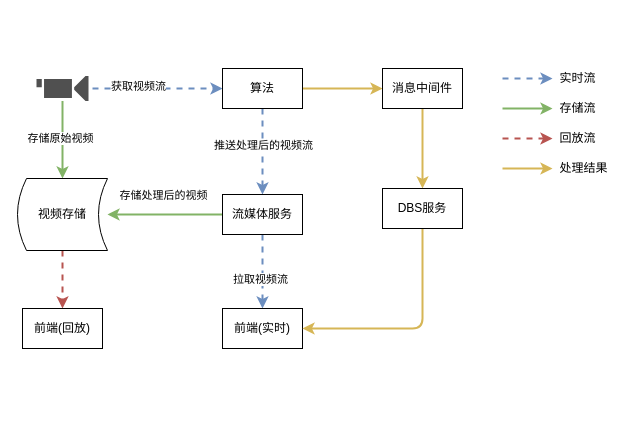
This is page "数据处理流程" (1 of 3) of dbs.drawio from gggyx/wyx, a draw.io file, before an edit. Source tidied: cells renumbered, new cells numbered last; positions are measured from the earlier drawing's top-left corner, leaving out a move shared by most shapes. Both pictures are drawn from the tidied source at 100%, with x=0, y=0 at pixel (17, 68).
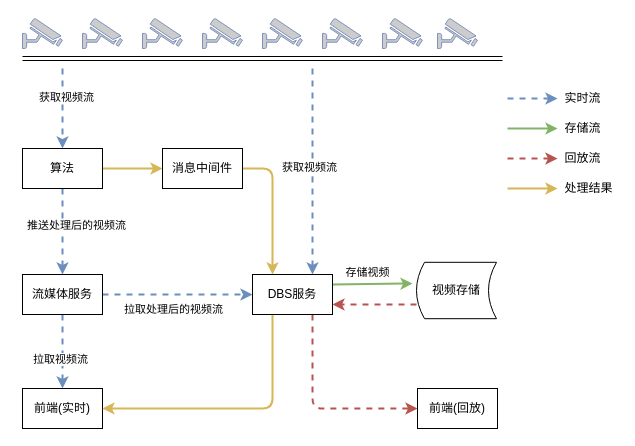
The same diagram, later.

The change refers to these unchanged cells:
```xml
<mxCell id="7" style="edgeStyle=orthogonalEdgeStyle;rounded=1;jettySize=auto;html=1;strokeWidth=2;dashed=1;fillColor=#dae8fc;strokeColor=#6c8ebf;" parent="1" edge="1" source="10" target="15">
  <mxGeometry relative="1" as="geometry" />
</mxCell>
```

Diff of the diagram source:
```diff
@@
-    <mxCell id="2" style="edgeStyle=orthogonalEdgeStyle;rounded=1;jettySize=auto;html=1;entryX=0;entryY=0.5;entryDx=0;entryDy=0;exitX=1.077;exitY=0.5;exitDx=0;exitDy=0;exitPerimeter=0;dashed=1;fillColor=#dae8fc;strokeColor=#6c8ebf;strokeWidth=2;" parent="1" edge="1" source="6" target="10">
-      <mxGeometry relative="1" as="geometry" />
+    <mxCell id="2" style="rounded=1;jettySize=auto;html=1;entryX=0.5;entryY=0;entryDx=0;entryDy=0;dashed=1;fillColor=#dae8fc;strokeColor=#6c8ebf;strokeWidth=2;" parent="1" edge="1" target="10">
+      <mxGeometry relative="1" as="geometry">
+        <mxPoint x="45" as="sourcePoint" />
+      </mxGeometry>
     </mxCell>
@@
-    <mxCell id="4" style="edgeStyle=orthogonalEdgeStyle;rounded=1;jettySize=auto;html=1;strokeWidth=2;fillColor=#d5e8d4;strokeColor=#82b366;" parent="1" edge="1" source="6">
+    <mxCell id="4" style="edgeStyle=orthogonalEdgeStyle;rounded=1;jettySize=auto;html=1;strokeWidth=2;fillColor=#dae8fc;strokeColor=#6c8ebf;entryX=0.75;entryY=0;entryDx=0;entryDy=0;dashed=1;" parent="1" edge="1" target="23">
       <mxGeometry relative="1" as="geometry">
-        <mxPoint x="45" y="110" as="targetPoint" />
+        <mxPoint x="295" as="sourcePoint" />
+        <Array as="points">
+          <mxPoint x="285" y="100" />
+          <mxPoint x="285" y="100" />
+        </Array>
       </mxGeometry>
     </mxCell>
-    <mxCell id="5" value="存储原始视频" style="edgeLabel;html=1;align=center;verticalAlign=middle;" parent="4" vertex="1">
+    <mxCell id="5" value="获取视频流" style="edgeLabel;html=1;align=center;verticalAlign=middle;" parent="4" vertex="1">
       <mxGeometry x="-0.08" y="-3" relative="1" as="geometry">
         <mxPoint y="1" as="offset" />
       </mxGeometry>
     </mxCell>
-    <mxCell id="6" style="shadow=0;dashed=0;html=1;strokeColor=none;fillColor=#505050;labelPosition=center;verticalLabelPosition=bottom;verticalAlign=top;outlineConnect=0;align=center;shape=mxgraph.office.devices.video_camera;" parent="1" vertex="1">
-      <mxGeometry x="19" y="7.5" width="52" height="25" as="geometry" />
-    </mxCell>
@@
     <mxCell id="8" value="推送处理后的视频流" style="edgeLabel;html=1;align=center;verticalAlign=middle;" parent="7" vertex="1">
-      <mxGeometry x="-0.17" relative="1" as="geometry" />
+      <mxGeometry x="-0.17" relative="1" as="geometry">
+        <mxPoint x="13" as="offset" />
+      </mxGeometry>
     </mxCell>
@@
     <mxCell id="10" value="算法" style="rounded=0;whiteSpace=wrap;html=1;" parent="1" vertex="1">
-      <mxGeometry x="205" width="80" height="40" as="geometry" />
+      <mxGeometry x="5" y="80" width="80" height="40" as="geometry" />
     </mxCell>
@@
-    <mxCell id="13" style="edgeStyle=none;rounded=1;jettySize=auto;html=1;exitX=0;exitY=0.5;exitDx=0;exitDy=0;entryX=1;entryY=0.5;entryDx=0;entryDy=0;fillColor=#d5e8d4;strokeColor=#82b366;strokeWidth=2;" parent="1" edge="1" source="15" target="18">
-      <mxGeometry relative="1" as="geometry" />
+    <mxCell id="13" style="edgeStyle=none;rounded=1;jettySize=auto;html=1;exitX=1;exitY=0.25;exitDx=0;exitDy=0;fillColor=#d5e8d4;strokeColor=#82b366;strokeWidth=2;" parent="1" edge="1" source="23">
+      <mxGeometry relative="1" as="geometry">
+        <mxPoint x="395" y="215" as="targetPoint" />
+      </mxGeometry>
     </mxCell>
-    <mxCell id="14" value="存储处理后的视频" style="edgeLabel;html=1;align=center;verticalAlign=middle;" parent="13" vertex="1">
+    <mxCell id="14" value="存储视频" style="edgeLabel;html=1;align=center;verticalAlign=middle;" parent="13" vertex="1">
       <mxGeometry x="0.17" relative="1" as="geometry">
-        <mxPoint x="7" y="-20" as="offset" />
+        <mxPoint x="-12" y="-12" as="offset" />
       </mxGeometry>
     </mxCell>
+    <mxCell id="35" style="edgeStyle=orthogonalEdgeStyle;rounded=1;jettySize=auto;html=1;exitX=1;exitY=0.5;exitDx=0;exitDy=0;entryX=0;entryY=0.5;entryDx=0;entryDy=0;dashed=1;strokeWidth=2;fillColor=#dae8fc;strokeColor=#6c8ebf;" parent="1" edge="1" source="15" target="23">
+      <mxGeometry relative="1" as="geometry" />
+    </mxCell>
+    <mxCell id="36" value="拉取处理后的视频流" style="edgeLabel;html=1;align=center;verticalAlign=middle;" parent="35" vertex="1">
+      <mxGeometry x="-0.27" y="1" relative="1" as="geometry">
+        <mxPoint x="15" y="15" as="offset" />
+      </mxGeometry>
+    </mxCell>
     <mxCell id="15" value="流媒体服务" style="rounded=0;whiteSpace=wrap;html=1;" parent="1" vertex="1">
-      <mxGeometry x="205" y="126" width="80" height="40" as="geometry" />
+      <mxGeometry x="5" y="206" width="80" height="40" as="geometry" />
     </mxCell>
-    <mxCell id="16" style="edgeStyle=orthogonalEdgeStyle;rounded=1;jettySize=auto;html=1;dashed=1;strokeWidth=2;exitX=0.5;exitY=1;exitDx=0;exitDy=0;fillColor=#f8cecc;strokeColor=#b85450;" parent="1" edge="1" source="18" target="19">
+    <mxCell id="16" style="edgeStyle=orthogonalEdgeStyle;rounded=1;jettySize=auto;html=1;dashed=1;strokeWidth=2;exitX=0.75;exitY=1;exitDx=0;exitDy=0;fillColor=#f8cecc;strokeColor=#b85450;entryX=0;entryY=0.5;entryDx=0;entryDy=0;" parent="1" edge="1" source="23" target="19">
       <mxGeometry relative="1" as="geometry" />
     </mxCell>
     <mxCell id="17" value="前端(实时)" style="rounded=0;whiteSpace=wrap;html=1;" parent="1" vertex="1">
-      <mxGeometry x="205" y="240" width="80" height="40" as="geometry" />
+      <mxGeometry x="5" y="320" width="80" height="40" as="geometry" />
     </mxCell>
+    <mxCell id="37" style="edgeStyle=orthogonalEdgeStyle;rounded=1;jettySize=auto;html=1;entryX=1;entryY=0.75;entryDx=0;entryDy=0;dashed=1;exitX=0;exitY=0.75;exitDx=0;exitDy=0;fillColor=#f8cecc;strokeColor=#b85450;strokeWidth=2;" parent="1" edge="1" source="18" target="23">
+      <mxGeometry relative="1" as="geometry" />
+    </mxCell>
     <mxCell id="18" value="视频存储" style="shape=dataStorage;whiteSpace=wrap;html=1;" parent="1" vertex="1">
-      <mxGeometry y="110" width="90" height="72" as="geometry" />
+      <mxGeometry x="399" y="193.8" width="80" height="56.4" as="geometry" />
     </mxCell>
     <mxCell id="19" value="前端(回放)" style="rounded=0;whiteSpace=wrap;html=1;" parent="1" vertex="1">
-      <mxGeometry x="5" y="240" width="80" height="40" as="geometry" />
+      <mxGeometry x="400" y="320" width="80" height="40" as="geometry" />
     </mxCell>
-    <mxCell id="20" style="edgeStyle=none;rounded=1;jettySize=auto;html=1;strokeWidth=2;fillColor=#fff2cc;strokeColor=#d6b656;" parent="1" edge="1" source="21" target="23">
+    <mxCell id="20" style="edgeStyle=orthogonalEdgeStyle;rounded=1;jettySize=auto;html=1;strokeWidth=2;fillColor=#fff2cc;strokeColor=#d6b656;exitX=1;exitY=0.5;exitDx=0;exitDy=0;entryX=0.25;entryY=0;entryDx=0;entryDy=0;" parent="1" edge="1" source="21" target="23">
       <mxGeometry relative="1" as="geometry" />
     </mxCell>
     <mxCell id="21" value="消息中间件" style="rounded=0;whiteSpace=wrap;html=1;" parent="1" vertex="1">
-      <mxGeometry x="365" width="80" height="40" as="geometry" />
+      <mxGeometry x="145" y="80" width="80" height="40" as="geometry" />
     </mxCell>
-    <mxCell id="22" style="edgeStyle=orthogonalEdgeStyle;rounded=1;jettySize=auto;html=1;entryX=1;entryY=0.5;entryDx=0;entryDy=0;strokeWidth=2;fillColor=#fff2cc;strokeColor=#d6b656;" parent="1" edge="1" source="23" target="17">
+    <mxCell id="22" style="edgeStyle=orthogonalEdgeStyle;rounded=1;jettySize=auto;html=1;entryX=1;entryY=0.5;entryDx=0;entryDy=0;strokeWidth=2;fillColor=#fff2cc;strokeColor=#d6b656;exitX=0.25;exitY=1;exitDx=0;exitDy=0;" parent="1" edge="1" source="23" target="17">
       <mxGeometry relative="1" as="geometry">
         <Array as="points">
-          <mxPoint x="405" y="260" />
+          <mxPoint x="255" y="340" />
         </Array>
       </mxGeometry>
     </mxCell>
     <mxCell id="23" value="DBS服务" style="rounded=0;whiteSpace=wrap;html=1;" parent="1" vertex="1">
-      <mxGeometry x="365" y="120" width="80" height="40" as="geometry" />
+      <mxGeometry x="235" y="206" width="80" height="40" as="geometry" />
     </mxCell>
     <mxCell id="24" style="group;" parent="1" vertex="1">
-      <mxGeometry x="485" width="100" height="20" as="geometry" />
+      <mxGeometry x="490" y="20" width="100" height="20" as="geometry" />
     </mxCell>
@@
     <mxCell id="27" style="group;" parent="1" vertex="1">
-      <mxGeometry x="485" y="30" width="100" height="20" as="geometry" />
+      <mxGeometry x="490" y="50" width="100" height="20" as="geometry" />
     </mxCell>
@@
     <mxCell id="30" style="group;" parent="1" vertex="1">
-      <mxGeometry x="485" y="60" width="100" height="20" as="geometry" />
+      <mxGeometry x="490" y="80" width="100" height="20" as="geometry" />
     </mxCell>
@@
     <mxCell id="33" style="endArrow=classic;html=1;strokeWidth=2;fillColor=#fff2cc;strokeColor=#d6b656;" parent="1" edge="1">
-      <mxGeometry x="720" y="170" as="geometry">
-        <mxPoint x="485" y="100" as="sourcePoint" />
-        <mxPoint x="535" y="100" as="targetPoint" />
+      <mxGeometry x="725" y="190" as="geometry">
+        <mxPoint x="490" y="120" as="sourcePoint" />
+        <mxPoint x="540" y="120" as="targetPoint" />
       </mxGeometry>
     </mxCell>
     <mxCell id="34" value="处理结果" style="text;html=1;align=center;verticalAlign=middle;" parent="1" vertex="1">
-      <mxGeometry x="536" y="90" width="60" height="20" as="geometry" />
+      <mxGeometry x="541" y="110" width="60" height="20" as="geometry" />
     </mxCell>
+    <mxCell id="38" style="shape=link;html=1;" parent="1" edge="1">
+      <mxGeometry relative="1" as="geometry">
+        <mxPoint x="5" y="-10" as="sourcePoint" />
+        <mxPoint x="485" y="-10" as="targetPoint" />
+      </mxGeometry>
+    </mxCell>
+    <mxCell id="39" style="fontColor=#0066CC;verticalAlign=top;verticalLabelPosition=bottom;labelPosition=center;align=center;html=1;fillColor=#CCCCCC;strokeColor=#6881B3;gradientColor=none;gradientDirection=north;strokeWidth=2;shape=mxgraph.networks.security_camera;" parent="1" vertex="1">
+      <mxGeometry x="5" y="-50" width="40" height="30" as="geometry" />
+    </mxCell>
+    <mxCell id="40" style="fontColor=#0066CC;verticalAlign=top;verticalLabelPosition=bottom;labelPosition=center;align=center;html=1;fillColor=#CCCCCC;strokeColor=#6881B3;gradientColor=none;gradientDirection=north;strokeWidth=2;shape=mxgraph.networks.security_camera;" parent="1" vertex="1">
+      <mxGeometry x="65" y="-50" width="40" height="30" as="geometry" />
+    </mxCell>
+    <mxCell id="41" style="fontColor=#0066CC;verticalAlign=top;verticalLabelPosition=bottom;labelPosition=center;align=center;html=1;fillColor=#CCCCCC;strokeColor=#6881B3;gradientColor=none;gradientDirection=north;strokeWidth=2;shape=mxgraph.networks.security_camera;" parent="1" vertex="1">
+      <mxGeometry x="125" y="-50" width="40" height="30" as="geometry" />
+    </mxCell>
+    <mxCell id="42" style="fontColor=#0066CC;verticalAlign=top;verticalLabelPosition=bottom;labelPosition=center;align=center;html=1;fillColor=#CCCCCC;strokeColor=#6881B3;gradientColor=none;gradientDirection=north;strokeWidth=2;shape=mxgraph.networks.security_camera;" parent="1" vertex="1">
+      <mxGeometry x="185" y="-50" width="40" height="30" as="geometry" />
+    </mxCell>
+    <mxCell id="43" style="fontColor=#0066CC;verticalAlign=top;verticalLabelPosition=bottom;labelPosition=center;align=center;html=1;fillColor=#CCCCCC;strokeColor=#6881B3;gradientColor=none;gradientDirection=north;strokeWidth=2;shape=mxgraph.networks.security_camera;" parent="1" vertex="1">
+      <mxGeometry x="245" y="-50" width="40" height="30" as="geometry" />
+    </mxCell>
+    <mxCell id="44" style="fontColor=#0066CC;verticalAlign=top;verticalLabelPosition=bottom;labelPosition=center;align=center;html=1;fillColor=#CCCCCC;strokeColor=#6881B3;gradientColor=none;gradientDirection=north;strokeWidth=2;shape=mxgraph.networks.security_camera;" parent="1" vertex="1">
+      <mxGeometry x="305" y="-50" width="40" height="30" as="geometry" />
+    </mxCell>
+    <mxCell id="45" style="fontColor=#0066CC;verticalAlign=top;verticalLabelPosition=bottom;labelPosition=center;align=center;html=1;fillColor=#CCCCCC;strokeColor=#6881B3;gradientColor=none;gradientDirection=north;strokeWidth=2;shape=mxgraph.networks.security_camera;" parent="1" vertex="1">
+      <mxGeometry x="365" y="-50" width="40" height="30" as="geometry" />
+    </mxCell>
+    <mxCell id="46" style="fontColor=#0066CC;verticalAlign=top;verticalLabelPosition=bottom;labelPosition=center;align=center;html=1;fillColor=#CCCCCC;strokeColor=#6881B3;gradientColor=none;gradientDirection=north;strokeWidth=2;shape=mxgraph.networks.security_camera;" parent="1" vertex="1">
+      <mxGeometry x="420" y="-50" width="40" height="30" as="geometry" />
+    </mxCell>
```
